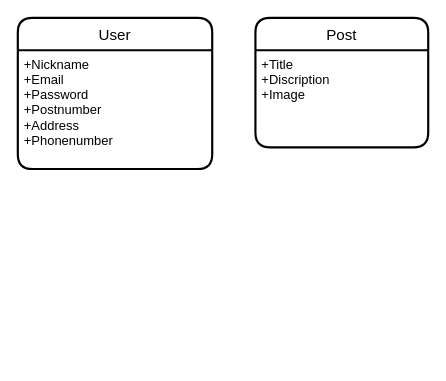
Before: test.dio in ukkiy-ray/rspec-lesson, a draw.io diagram. Source tidied: cells renumbered, new cells numbered last; positions are measured from the earlier drawing's top-left corner, leaving out a move shared by most shapes. Both pictures are drawn from the tidied source at 108%, with x=0, y=0 at pixel (17, 17).
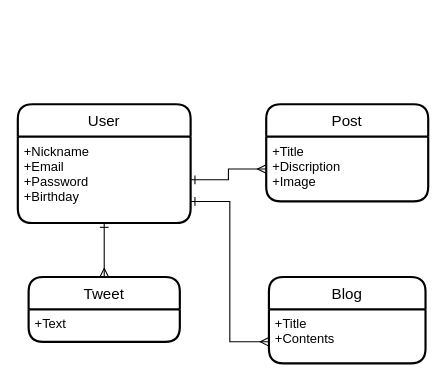
The same diagram, later.

The edit, as a diff of the source:
```diff
@@
 <mxGraphModel>
   <root>
     <mxCell id="0" />
     <mxCell id="1" parent="0" />
     <mxCell id="2" value="Post" style="swimlane;horizontal=1;startSize=30;rounded=1;fontSize=14;fontStyle=0;strokeWidth=2;shadow=0;dashed=0;align=center;" parent="1" vertex="1">
-      <mxGeometry x="220" width="160" height="120" as="geometry" />
+      <mxGeometry x="230" y="80" width="150" height="90" as="geometry" />
     </mxCell>
     <mxCell id="3" value="+Title&#10;+Discription&#10;+Image" style="align=left;strokeColor=none;fillColor=none;spacingLeft=4;fontSize=12;verticalAlign=top;" parent="2" vertex="1">
-      <mxGeometry y="30" width="160" height="90" as="geometry" />
+      <mxGeometry y="30" width="150" height="60" as="geometry" />
     </mxCell>
     <mxCell id="4" value="User" style="swimlane;horizontal=1;startSize=30;rounded=1;fontSize=14;fontStyle=0;strokeWidth=2;shadow=0;dashed=0;align=center;" parent="1" vertex="1">
-      <mxGeometry width="180" height="140" as="geometry" />
+      <mxGeometry y="80" width="160" height="110" as="geometry" />
     </mxCell>
-    <mxCell id="5" value="+Nickname&#10;+Email&#10;+Password&#10;+Postnumber&#10;+Address&#10;+Phonenumber" style="align=left;strokeColor=none;fillColor=none;spacingLeft=4;fontSize=12;verticalAlign=top;" parent="4" vertex="1">
-      <mxGeometry y="30" width="180" height="110" as="geometry" />
+    <mxCell id="5" value="+Nickname&#10;+Email&#10;+Password&#10;+Birthday" style="align=left;strokeColor=none;fillColor=none;spacingLeft=4;fontSize=12;verticalAlign=top;" parent="4" vertex="1">
+      <mxGeometry y="30" width="160" height="80" as="geometry" />
     </mxCell>
+    <mxCell id="6" style="edgeStyle=orthogonalEdgeStyle;rounded=0;jettySize=auto;html=1;exitX=0;exitY=0.5;exitDx=0;exitDy=0;entryX=1;entryY=0.5;entryDx=0;entryDy=0;startArrow=ERmany;startFill=0;endArrow=ERone;endFill=0;" parent="1" edge="1" source="3" target="5">
+      <mxGeometry relative="1" as="geometry" />
+    </mxCell>
+    <mxCell id="7" value="Tweet" style="swimlane;horizontal=1;startSize=30;rounded=1;fontSize=14;fontStyle=0;strokeWidth=2;shadow=0;dashed=0;align=center;" parent="1" vertex="1">
+      <mxGeometry x="10" y="240" width="140" height="60" as="geometry" />
+    </mxCell>
+    <mxCell id="8" value="+Text" style="align=left;strokeColor=none;fillColor=none;spacingLeft=4;fontSize=12;verticalAlign=top;" parent="7" vertex="1">
+      <mxGeometry y="30" width="140" height="30" as="geometry" />
+    </mxCell>
+    <mxCell id="9" style="edgeStyle=orthogonalEdgeStyle;rounded=0;jettySize=auto;html=1;exitX=0.5;exitY=1;exitDx=0;exitDy=0;entryX=0.5;entryY=0;entryDx=0;entryDy=0;startArrow=ERone;startFill=0;endArrow=ERmany;endFill=0;" parent="1" edge="1" source="5" target="7">
+      <mxGeometry relative="1" as="geometry" />
+    </mxCell>
+    <mxCell id="10" value="Blog" style="swimlane;horizontal=1;startSize=30;rounded=1;fontSize=14;fontStyle=0;strokeWidth=2;shadow=0;dashed=0;align=center;" parent="1" vertex="1">
+      <mxGeometry x="232.5" y="240" width="145" height="80" as="geometry" />
+    </mxCell>
+    <mxCell id="11" value="+Title&#10;+Contents" style="align=left;strokeColor=none;fillColor=none;spacingLeft=4;fontSize=12;verticalAlign=top;" parent="10" vertex="1">
+      <mxGeometry y="30" width="145" height="50" as="geometry" />
+    </mxCell>
+    <mxCell id="12" style="edgeStyle=orthogonalEdgeStyle;rounded=0;jettySize=auto;html=1;exitX=1;exitY=0.75;exitDx=0;exitDy=0;entryX=0;entryY=0.75;entryDx=0;entryDy=0;startArrow=ERone;startFill=0;endArrow=ERmany;endFill=0;" parent="1" edge="1" source="5" target="10">
+      <mxGeometry relative="1" as="geometry" />
+    </mxCell>
   </root>
 </mxGraphModel>
```
